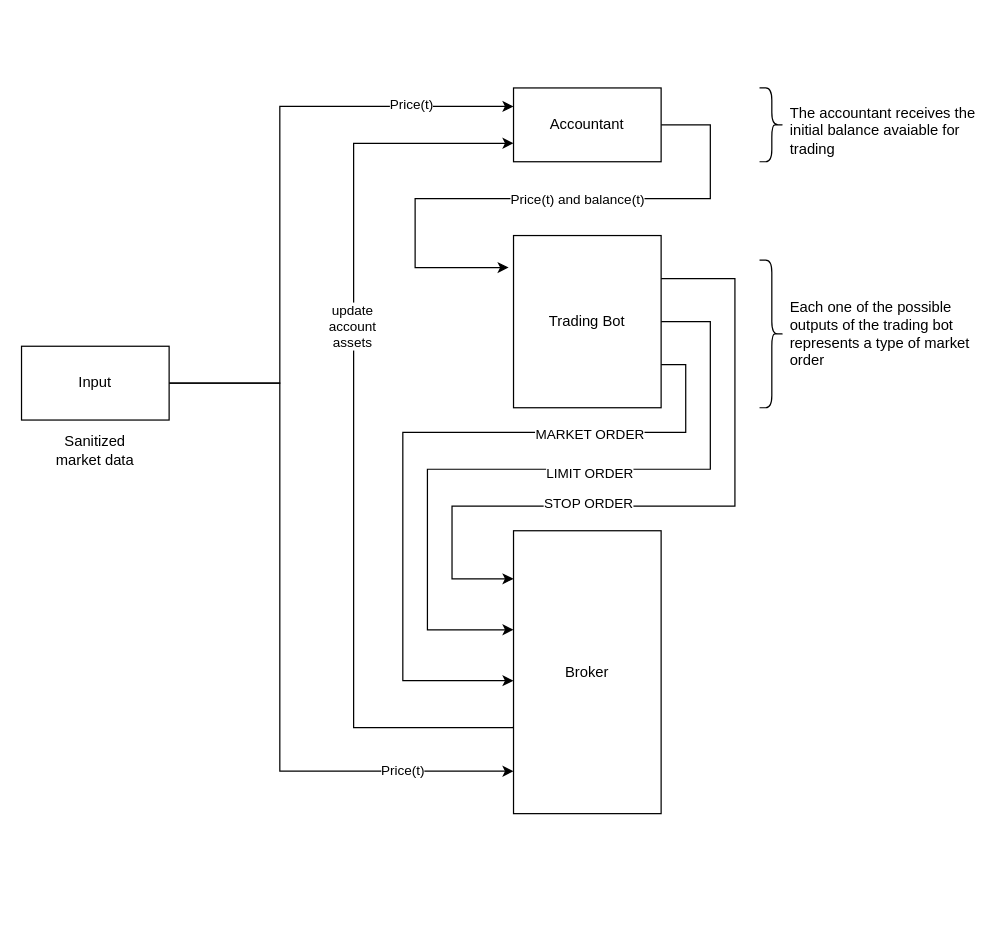
This is docs/drawio/trading.drawio from rtbot-dev/rtbot, a draw.io file, before an edit. Source tidied: cells renumbered, new cells numbered last; positions are measured from the earlier drawing's top-left corner, leaving out a move shared by most shapes. Both pictures are drawn from the tidied source at 123%, with x=0, y=0 at pixel (21, 87).
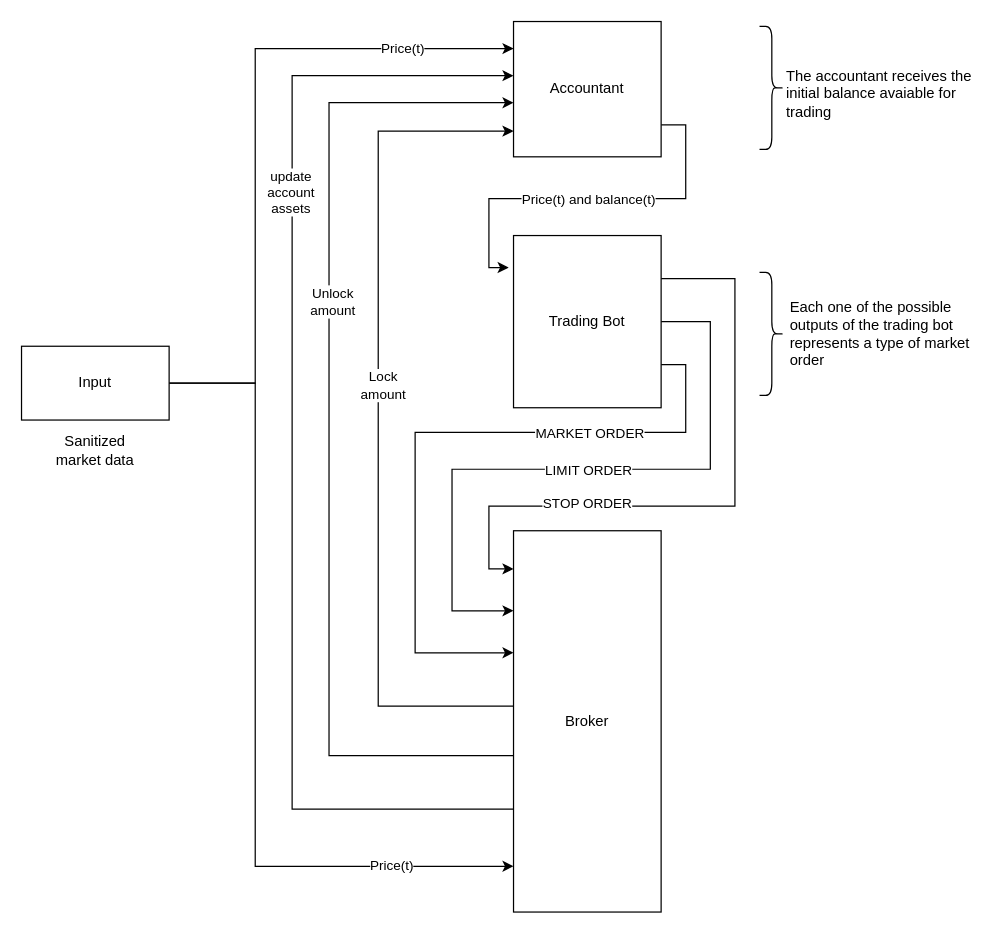
Above is the later version.

Commit message (it also covers changes not shown here):
docs(core): update trading drawio

Unchanged cells that the change refers to:
```xml
<mxCell id="6" value="Input" style="rounded=0;whiteSpace=wrap;html=1;" parent="1" vertex="1">
  <mxGeometry y="210" width="120" height="60" as="geometry" />
</mxCell>
<mxCell id="19" value="Trading Bot" style="rounded=0;whiteSpace=wrap;html=1;" parent="1" vertex="1">
  <mxGeometry x="400" y="120" width="120" height="140" as="geometry" />
</mxCell>
```

The edit, as a diff of the source:
```diff
@@
-    <mxCell id="2" style="edgeStyle=orthogonalEdgeStyle;rounded=0;jettySize=auto;html=1;entryX=0;entryY=0.25;entryDx=0;entryDy=0;" parent="1" edge="1" source="6" target="9">
+    <mxCell id="2" style="edgeStyle=orthogonalEdgeStyle;rounded=0;jettySize=auto;html=1;entryX=0;entryY=0.2;entryDx=0;entryDy=0;entryPerimeter=0;" parent="1" edge="1" source="6" target="9">
       <mxGeometry relative="1" as="geometry">
         <Array as="points">
-          <mxPoint x="210" y="240" />
-          <mxPoint x="210" y="15" />
+          <mxPoint x="190" y="240" />
+          <mxPoint x="190" y="-32" />
         </Array>
       </mxGeometry>
     </mxCell>
@@
-    <mxCell id="4" style="edgeStyle=orthogonalEdgeStyle;rounded=0;jettySize=auto;html=1;entryX=0;entryY=0.85;entryDx=0;entryDy=0;entryPerimeter=0;" parent="1" edge="1" source="6" target="12">
+    <mxCell id="4" style="edgeStyle=orthogonalEdgeStyle;rounded=0;jettySize=auto;html=1;entryX=0;entryY=0.88;entryDx=0;entryDy=0;entryPerimeter=0;" parent="1" edge="1" source="6" target="12">
       <mxGeometry relative="1" as="geometry">
         <Array as="points">
-          <mxPoint x="210" y="240" />
-          <mxPoint x="210" y="556" />
+          <mxPoint x="190" y="240" />
+          <mxPoint x="190" y="633" />
         </Array>
       </mxGeometry>
     </mxCell>
     <mxCell id="5" value="&lt;div&gt;Price(t)&lt;/div&gt;" style="edgeLabel;html=1;align=center;verticalAlign=middle;" parent="4" vertex="1">
       <mxGeometry x="0.57" y="2" relative="1" as="geometry">
-        <mxPoint x="38" y="1" as="offset" />
+        <mxPoint x="45" y="1" as="offset" />
       </mxGeometry>
     </mxCell>
@@
     <mxCell id="7" style="edgeStyle=orthogonalEdgeStyle;rounded=0;jettySize=auto;html=1;entryX=-0.033;entryY=0.186;entryDx=0;entryDy=0;entryPerimeter=0;" parent="1" edge="1" source="9" target="19">
       <mxGeometry relative="1" as="geometry">
         <Array as="points">
-          <mxPoint x="560" y="30" />
-          <mxPoint x="560" y="90" />
-          <mxPoint x="320" y="90" />
-          <mxPoint x="320" y="146" />
+          <mxPoint x="540" y="30" />
+          <mxPoint x="540" y="90" />
+          <mxPoint x="380" y="90" />
+          <mxPoint x="380" y="146" />
         </Array>
       </mxGeometry>
     </mxCell>
     <mxCell id="8" value="&lt;div&gt;Price(t) and balance(t)&lt;/div&gt;" style="edgeLabel;html=1;align=center;verticalAlign=middle;" parent="7" vertex="1">
       <mxGeometry x="0.03" relative="1" as="geometry">
-        <mxPoint x="34" as="offset" />
+        <mxPoint x="1" as="offset" />
       </mxGeometry>
     </mxCell>
-    <mxCell id="9" value="&lt;div&gt;Accountant&lt;/div&gt;" style="rounded=0;whiteSpace=wrap;html=1;" parent="1" vertex="1">
-      <mxGeometry x="400" width="120" height="60" as="geometry" />
+    <mxCell id="9" value="&lt;div&gt;Accountant&lt;/div&gt;" style="rounded=0;whiteSpace=wrap;html=1;points=[[0,0,0,0,0],[0,0.2,0,0,0],[0,0.4,0,0,0],[0,0.6,0,0,0],[0,0.81,0,0,0],[0,1,0,0,0],[0.25,0,0,0,0],[0.25,1,0,0,0],[0.5,0,0,0,0],[0.5,1,0,0,0],[0.75,0,0,0,0],[0.75,1,0,0,0],[1,0,0,0,0],[1,0.25,0,0,0],[1,0.5,0,0,0],[1,0.75,0,0,0],[1,1,0,0,0]];" parent="1" vertex="1">
+      <mxGeometry x="400" y="-54" width="120" height="110" as="geometry" />
     </mxCell>
-    <mxCell id="10" style="edgeStyle=orthogonalEdgeStyle;rounded=0;jettySize=auto;html=1;entryX=0;entryY=0.75;entryDx=0;entryDy=0;exitX=0;exitY=0.69;exitDx=0;exitDy=0;exitPerimeter=0;" parent="1" edge="1" source="12" target="9">
+    <mxCell id="10" style="edgeStyle=orthogonalEdgeStyle;rounded=0;jettySize=auto;html=1;entryX=0;entryY=0.4;entryDx=0;entryDy=0;exitX=0;exitY=0.73;exitDx=0;exitDy=0;exitPerimeter=0;entryPerimeter=0;" parent="1" edge="1" source="12" target="9">
       <mxGeometry relative="1" as="geometry">
         <Array as="points">
-          <mxPoint x="400" y="520" />
-          <mxPoint x="270" y="520" />
-          <mxPoint x="270" y="45" />
+          <mxPoint x="220" y="586" />
+          <mxPoint x="220" y="-10" />
         </Array>
       </mxGeometry>
     </mxCell>
     <mxCell id="11" value="&lt;div&gt;update&lt;/div&gt;&lt;div&gt;account&lt;/div&gt;&lt;div&gt;assets&lt;br&gt;&lt;/div&gt;" style="edgeLabel;html=1;align=center;verticalAlign=middle;" parent="10" vertex="1">
       <mxGeometry x="-0.12" y="2" relative="1" as="geometry">
-        <mxPoint y="-134" as="offset" />
+        <mxPoint y="-261" as="offset" />
       </mxGeometry>
     </mxCell>
+    <mxCell id="27" style="edgeStyle=orthogonalEdgeStyle;rounded=0;jettySize=auto;html=1;exitX=0;exitY=0.46;exitDx=0;exitDy=0;exitPerimeter=0;entryX=0;entryY=0.81;entryDx=0;entryDy=0;entryPerimeter=0;" parent="1" edge="1" source="12" target="9">
+      <mxGeometry relative="1" as="geometry">
+        <Array as="points">
+          <mxPoint x="290" y="503" />
+          <mxPoint x="290" y="35" />
+        </Array>
+      </mxGeometry>
+    </mxCell>
+    <mxCell id="28" value="&lt;div&gt;Lock &lt;br&gt;&lt;/div&gt;&lt;div&gt;amount&lt;/div&gt;" style="edgeLabel;html=1;align=center;verticalAlign=middle;" parent="27" vertex="1">
+      <mxGeometry x="0.19" y="-2" relative="1" as="geometry">
+        <mxPoint x="1" y="38" as="offset" />
+      </mxGeometry>
+    </mxCell>
+    <mxCell id="29" style="edgeStyle=orthogonalEdgeStyle;rounded=0;jettySize=auto;html=1;exitX=0;exitY=0.59;exitDx=0;exitDy=0;exitPerimeter=0;entryX=0;entryY=0.6;entryDx=0;entryDy=0;entryPerimeter=0;" parent="1" edge="1" source="12" target="9">
+      <mxGeometry relative="1" as="geometry">
+        <Array as="points">
+          <mxPoint x="250" y="543" />
+          <mxPoint x="250" y="12" />
+        </Array>
+      </mxGeometry>
+    </mxCell>
+    <mxCell id="30" value="&lt;div&gt;Unlock&lt;/div&gt;&lt;div&gt;amount&lt;/div&gt;" style="edgeLabel;html=1;align=center;verticalAlign=middle;" parent="29" vertex="1">
+      <mxGeometry x="0.25" y="-2" relative="1" as="geometry" />
+    </mxCell>
-    <mxCell id="12" value="&lt;div&gt;Broker&lt;/div&gt;" style="rounded=0;whiteSpace=wrap;html=1;points=[[0,0,0,0,0],[0,0.17,0,0,0],[0,0.35,0,0,0],[0,0.53,0,0,0],[0,0.69,0,0,0],[0,0.85,0,0,0],[0,1,0,0,0],[0.25,0,0,0,0],[0.25,1,0,0,0],[0.5,0,0,0,0],[0.5,1,0,0,0],[0.75,0,0,0,0],[0.75,1,0,0,0],[1,0,0,0,0],[1,0.25,0,0,0],[1,0.5,0,0,0],[1,0.75,0,0,0],[1,1,0,0,0]];" parent="1" vertex="1">
-      <mxGeometry x="400" y="360" width="120" height="230" as="geometry" />
+    <mxCell id="12" value="&lt;div&gt;Broker&lt;/div&gt;" style="rounded=0;whiteSpace=wrap;html=1;points=[[0,0,0,0,0],[0,0.1,0,0,0],[0,0.21,0,0,0],[0,0.32,0,0,0],[0,0.46,0,0,0],[0,0.59,0,0,0],[0,0.73,0,0,0],[0,0.88,0,0,0],[0,1,0,0,0],[0.25,0,0,0,0],[0.25,1,0,0,0],[0.5,0,0,0,0],[0.5,1,0,0,0],[0.75,0,0,0,0],[0.75,1,0,0,0],[1,0,0,0,0],[1,0.25,0,0,0],[1,0.5,0,0,0],[1,0.75,0,0,0],[1,1,0,0,0]];" parent="1" vertex="1">
+      <mxGeometry x="400" y="360" width="120" height="310" as="geometry" />
     </mxCell>
-    <mxCell id="13" style="edgeStyle=orthogonalEdgeStyle;rounded=0;jettySize=auto;html=1;exitX=1;exitY=0.75;exitDx=0;exitDy=0;entryX=0;entryY=0.53;entryDx=0;entryDy=0;entryPerimeter=0;" parent="1" edge="1" source="19" target="12">
+    <mxCell id="13" style="edgeStyle=orthogonalEdgeStyle;rounded=0;jettySize=auto;html=1;exitX=1;exitY=0.75;exitDx=0;exitDy=0;entryX=0;entryY=0.32;entryDx=0;entryDy=0;entryPerimeter=0;" parent="1" edge="1" source="19" target="12">
       <mxGeometry relative="1" as="geometry">
         <Array as="points">
           <mxPoint x="540" y="225" />
           <mxPoint x="540" y="280" />
-          <mxPoint x="310" y="280" />
-          <mxPoint x="310" y="482" />
+          <mxPoint x="320" y="280" />
+          <mxPoint x="320" y="459" />
         </Array>
       </mxGeometry>
     </mxCell>
     <mxCell id="14" value="MARKET ORDER" style="edgeLabel;html=1;align=center;verticalAlign=middle;" parent="13" vertex="1">
       <mxGeometry x="-0.29" y="1" relative="1" as="geometry">
-        <mxPoint x="58" as="offset" />
+        <mxPoint x="43" y="-1" as="offset" />
       </mxGeometry>
     </mxCell>
-    <mxCell id="15" style="edgeStyle=orthogonalEdgeStyle;rounded=0;jettySize=auto;html=1;entryX=0;entryY=0.35;entryDx=0;entryDy=0;entryPerimeter=0;" parent="1" edge="1" source="19" target="12">
+    <mxCell id="15" style="edgeStyle=orthogonalEdgeStyle;rounded=0;jettySize=auto;html=1;entryX=0;entryY=0.21;entryDx=0;entryDy=0;entryPerimeter=0;" parent="1" edge="1" source="19" target="12">
       <mxGeometry relative="1" as="geometry">
         <Array as="points">
           <mxPoint x="560" y="190" />
           <mxPoint x="560" y="310" />
-          <mxPoint x="330" y="310" />
-          <mxPoint x="330" y="441" />
+          <mxPoint x="350" y="310" />
+          <mxPoint x="350" y="425" />
         </Array>
       </mxGeometry>
     </mxCell>
     <mxCell id="16" value="LIMIT ORDER" style="edgeLabel;html=1;align=center;verticalAlign=middle;" parent="15" vertex="1">
       <mxGeometry x="-0.15" y="3" relative="1" as="geometry">
-        <mxPoint x="-8" as="offset" />
+        <mxPoint x="-33" y="-3" as="offset" />
       </mxGeometry>
     </mxCell>
-    <mxCell id="17" style="edgeStyle=orthogonalEdgeStyle;rounded=0;jettySize=auto;html=1;exitX=1;exitY=0.25;exitDx=0;exitDy=0;entryX=0;entryY=0.17;entryDx=0;entryDy=0;entryPerimeter=0;" parent="1" edge="1" source="19" target="12">
+    <mxCell id="17" style="edgeStyle=orthogonalEdgeStyle;rounded=0;jettySize=auto;html=1;exitX=1;exitY=0.25;exitDx=0;exitDy=0;entryX=0;entryY=0.1;entryDx=0;entryDy=0;entryPerimeter=0;" parent="1" edge="1" source="19" target="12">
       <mxGeometry relative="1" as="geometry">
         <Array as="points">
           <mxPoint x="580" y="155" />
           <mxPoint x="580" y="340" />
-          <mxPoint x="350" y="340" />
-          <mxPoint x="350" y="399" />
+          <mxPoint x="380" y="340" />
+          <mxPoint x="380" y="391" />
         </Array>
       </mxGeometry>
     </mxCell>
     <mxCell id="18" value="&lt;div&gt;STOP ORDER&lt;/div&gt;" style="edgeLabel;html=1;align=center;verticalAlign=middle;" parent="17" vertex="1">
       <mxGeometry x="0.27" y="-3" relative="1" as="geometry">
-        <mxPoint x="6" as="offset" />
+        <mxPoint x="-38" as="offset" />
       </mxGeometry>
     </mxCell>
@@
     <mxCell id="20" style="group;" parent="1" vertex="1">
-      <mxGeometry x="600" y="140" width="183" height="120" as="geometry" />
+      <mxGeometry x="600" y="130" width="183" height="120" as="geometry" />
     </mxCell>
     <mxCell id="21" style="shape=curlyBracket;whiteSpace=wrap;html=1;rounded=1;flipH=1;labelPosition=right;verticalLabelPosition=middle;align=left;verticalAlign=middle;" parent="20" vertex="1">
-      <mxGeometry width="20" height="120" as="geometry" />
+      <mxGeometry y="20" width="20" height="100" as="geometry" />
     </mxCell>
     <mxCell id="22" value="&lt;div align=&quot;left&quot;&gt;Each one of the possible&lt;/div&gt;&lt;div align=&quot;left&quot;&gt;outputs of the trading bot&lt;/div&gt;&lt;div align=&quot;left&quot;&gt;represents a type of market order&lt;br&gt;&lt;/div&gt;" style="text;html=1;strokeColor=none;fillColor=none;align=left;verticalAlign=middle;whiteSpace=wrap;rounded=0;" parent="20" vertex="1">
-      <mxGeometry x="23" y="40" width="160" height="40" as="geometry" />
+      <mxGeometry x="23" y="50" width="160" height="40" as="geometry" />
     </mxCell>
     <mxCell id="23" style="group;" parent="1" vertex="1">
-      <mxGeometry x="600" width="183" height="60" as="geometry" />
+      <mxGeometry x="600" y="-50" width="183" height="100" as="geometry" />
     </mxCell>
     <mxCell id="24" style="shape=curlyBracket;whiteSpace=wrap;html=1;rounded=1;flipH=1;labelPosition=right;verticalLabelPosition=middle;align=left;verticalAlign=middle;size=0.5;" parent="23" vertex="1">
-      <mxGeometry width="20" height="60" as="geometry" />
+      <mxGeometry width="20" height="100" as="geometry" />
     </mxCell>
     <mxCell id="25" value="&lt;div align=&quot;left&quot;&gt;The accountant receives the initial balance avaiable for trading&lt;/div&gt;" style="text;html=1;strokeColor=none;fillColor=none;align=left;verticalAlign=middle;whiteSpace=wrap;rounded=0;" parent="23" vertex="1">
-      <mxGeometry x="23" y="20" width="160" height="30" as="geometry" />
+      <mxGeometry x="20" y="40" width="160" height="30" as="geometry" />
     </mxCell>
@@
+    <mxCell id="31" style="edgeStyle=orthogonalEdgeStyle;rounded=0;orthogonalLoop=1;jettySize=auto;html=1;exitX=0;exitY=0.85;exitDx=0;exitDy=0;exitPerimeter=0;entryX=0;entryY=0.85;entryDx=0;entryDy=0;entryPerimeter=0;" parent="1" edge="1" source="12" target="12">
+      <mxGeometry relative="1" as="geometry" />
+    </mxCell>
```
